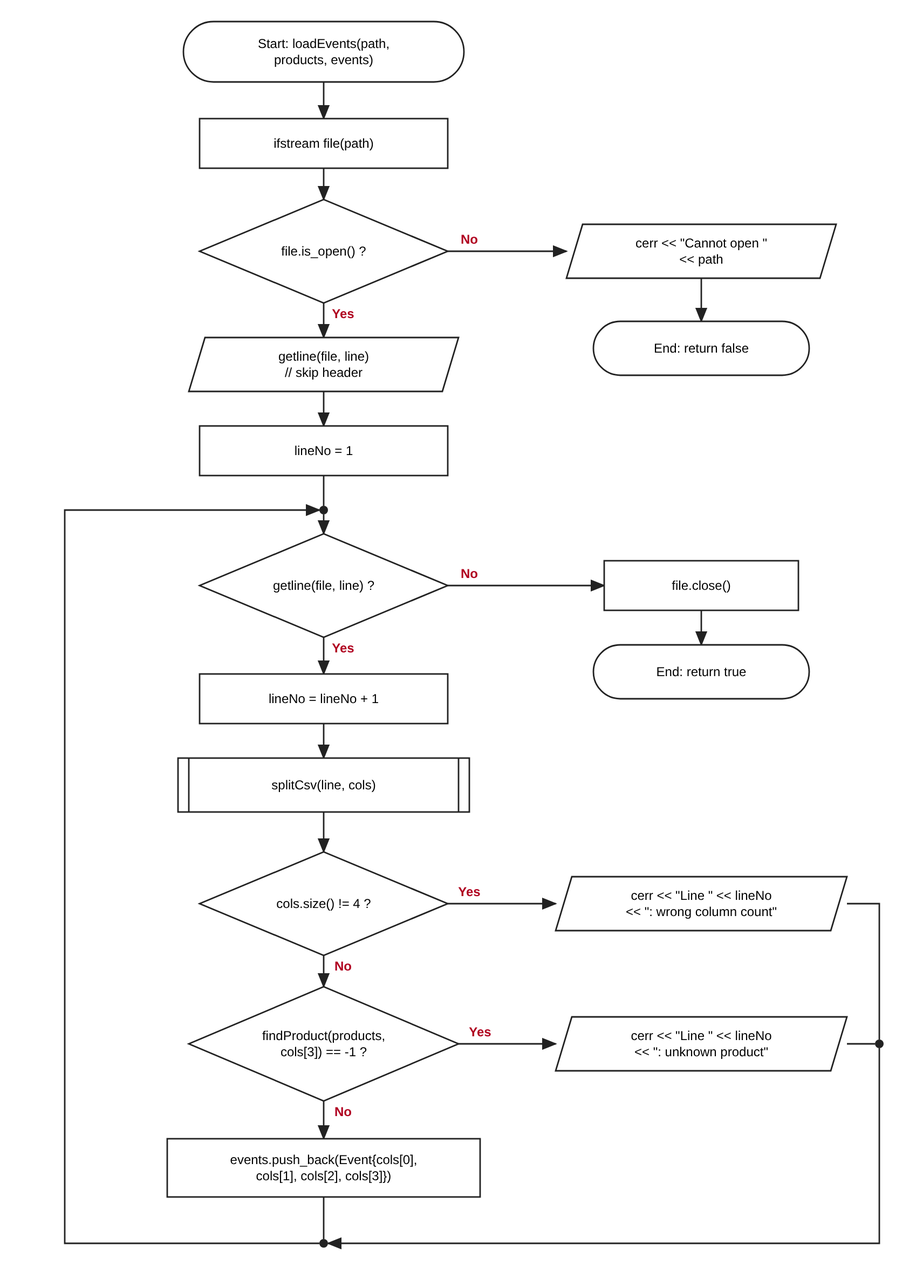
Earlier version of the draw.io export docs/flowcharts/T04-load-events.drawio.png (Ukakaka2802/smartretail-p3-group06). Source tidied: cells renumbered, new cells last; positions are measured from the earlier drawing's top-left corner, leaving out a move shared by most shapes.
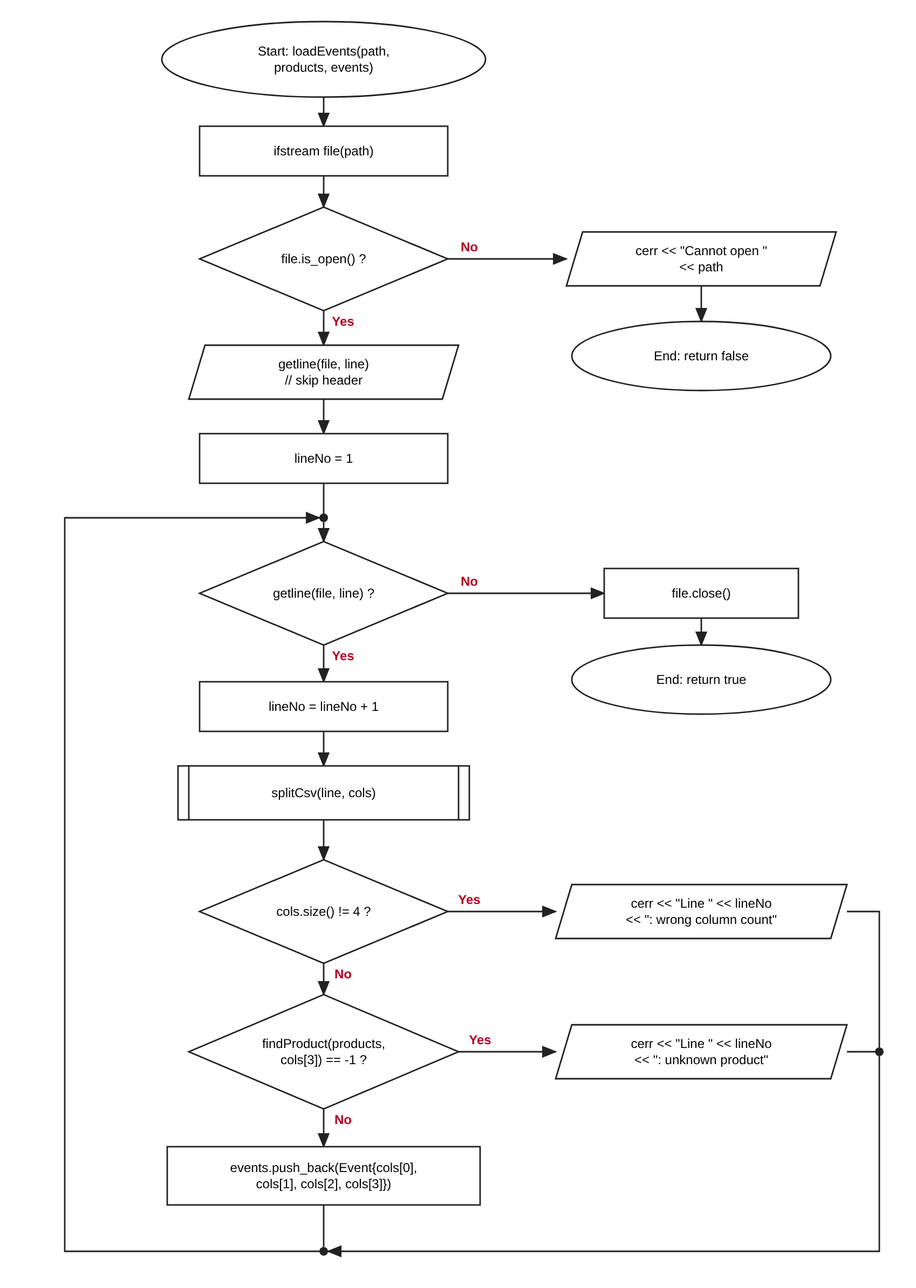
After the commit.

Commit message:
T04: redraw Start/End as ovals in flowcharts

What changed in the source:
```diff
@@ -2,8 +2,8 @@
   <root>
     <mxCell id="0" />
     <mxCell id="1" parent="0" />
-    <mxCell id="2" value="Start: loadEvents(path,&#10;products, events)" style="rounded=1;arcSize=50;whiteSpace=wrap;html=0;fontSize=12;" parent="1" vertex="1">
-      <mxGeometry x="110" width="260" height="56" as="geometry" />
+    <mxCell id="2" value="Start: loadEvents(path,&#10;products, events)" style="ellipse;whiteSpace=wrap;html=0;fontSize=12;" parent="1" vertex="1">
+      <mxGeometry x="90" y="-7" width="300" height="70" as="geometry" />
     </mxCell>
     <mxCell id="3" value="ifstream file(path)" style="rounded=0;whiteSpace=wrap;html=0;fontSize=12;" parent="1" vertex="1">
       <mxGeometry x="125" y="90" width="230" height="46" as="geometry" />
@@ -14,8 +14,8 @@
     <mxCell id="5" value="cerr &lt;&lt; &quot;Cannot open &quot;&#10;&lt;&lt; path" style="shape=parallelogram;perimeter=parallelogramPerimeter;fixedSize=1;size=15;whiteSpace=wrap;html=0;fontSize=12;" parent="1" vertex="1">
       <mxGeometry x="465" y="188" width="250" height="50" as="geometry" />
     </mxCell>
-    <mxCell id="6" value="End: return false" style="rounded=1;arcSize=50;whiteSpace=wrap;html=0;fontSize=12;" parent="1" vertex="1">
-      <mxGeometry x="490" y="278" width="200" height="50" as="geometry" />
+    <mxCell id="6" value="End: return false" style="ellipse;whiteSpace=wrap;html=0;fontSize=12;" parent="1" vertex="1">
+      <mxGeometry x="470" y="271" width="240" height="64" as="geometry" />
     </mxCell>
     <mxCell id="7" value="getline(file, line)&#10;// skip header" style="shape=parallelogram;perimeter=parallelogramPerimeter;fixedSize=1;size=15;whiteSpace=wrap;html=0;fontSize=12;" parent="1" vertex="1">
       <mxGeometry x="115" y="293" width="250" height="50" as="geometry" />
@@ -32,8 +32,8 @@
     <mxCell id="11" value="file.close()" style="rounded=0;whiteSpace=wrap;html=0;fontSize=12;" parent="1" vertex="1">
       <mxGeometry x="500" y="500" width="180" height="46" as="geometry" />
     </mxCell>
-    <mxCell id="12" value="End: return true" style="rounded=1;arcSize=50;whiteSpace=wrap;html=0;fontSize=12;" parent="1" vertex="1">
-      <mxGeometry x="490" y="578" width="200" height="50" as="geometry" />
+    <mxCell id="12" value="End: return true" style="ellipse;whiteSpace=wrap;html=0;fontSize=12;" parent="1" vertex="1">
+      <mxGeometry x="470" y="571" width="240" height="64" as="geometry" />
     </mxCell>
     <mxCell id="13" value="lineNo = lineNo + 1" style="rounded=0;whiteSpace=wrap;html=0;fontSize=12;" parent="1" vertex="1">
       <mxGeometry x="125" y="605" width="230" height="46" as="geometry" />
```
